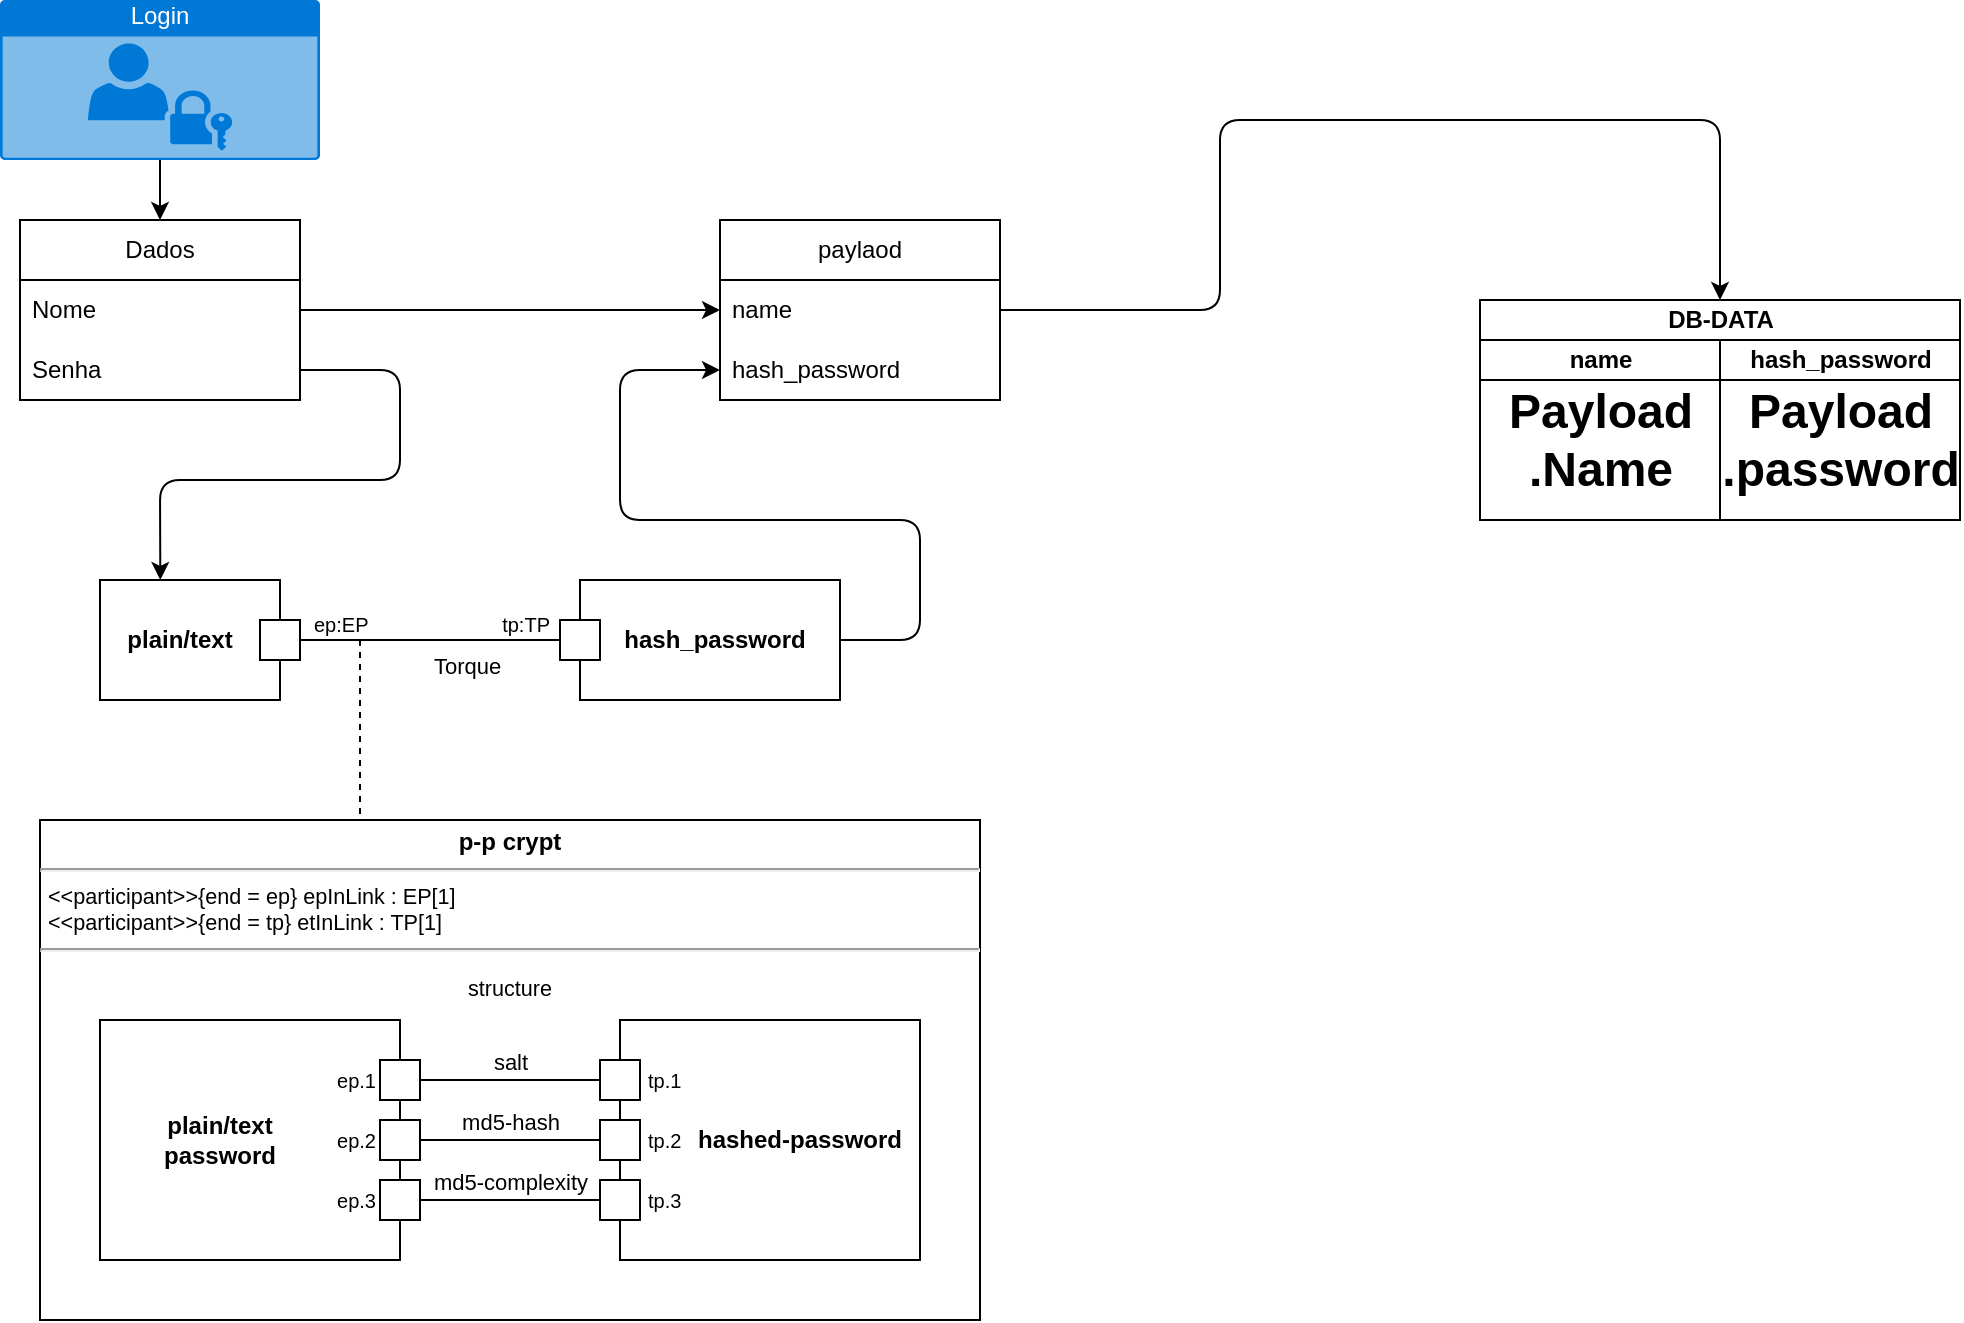
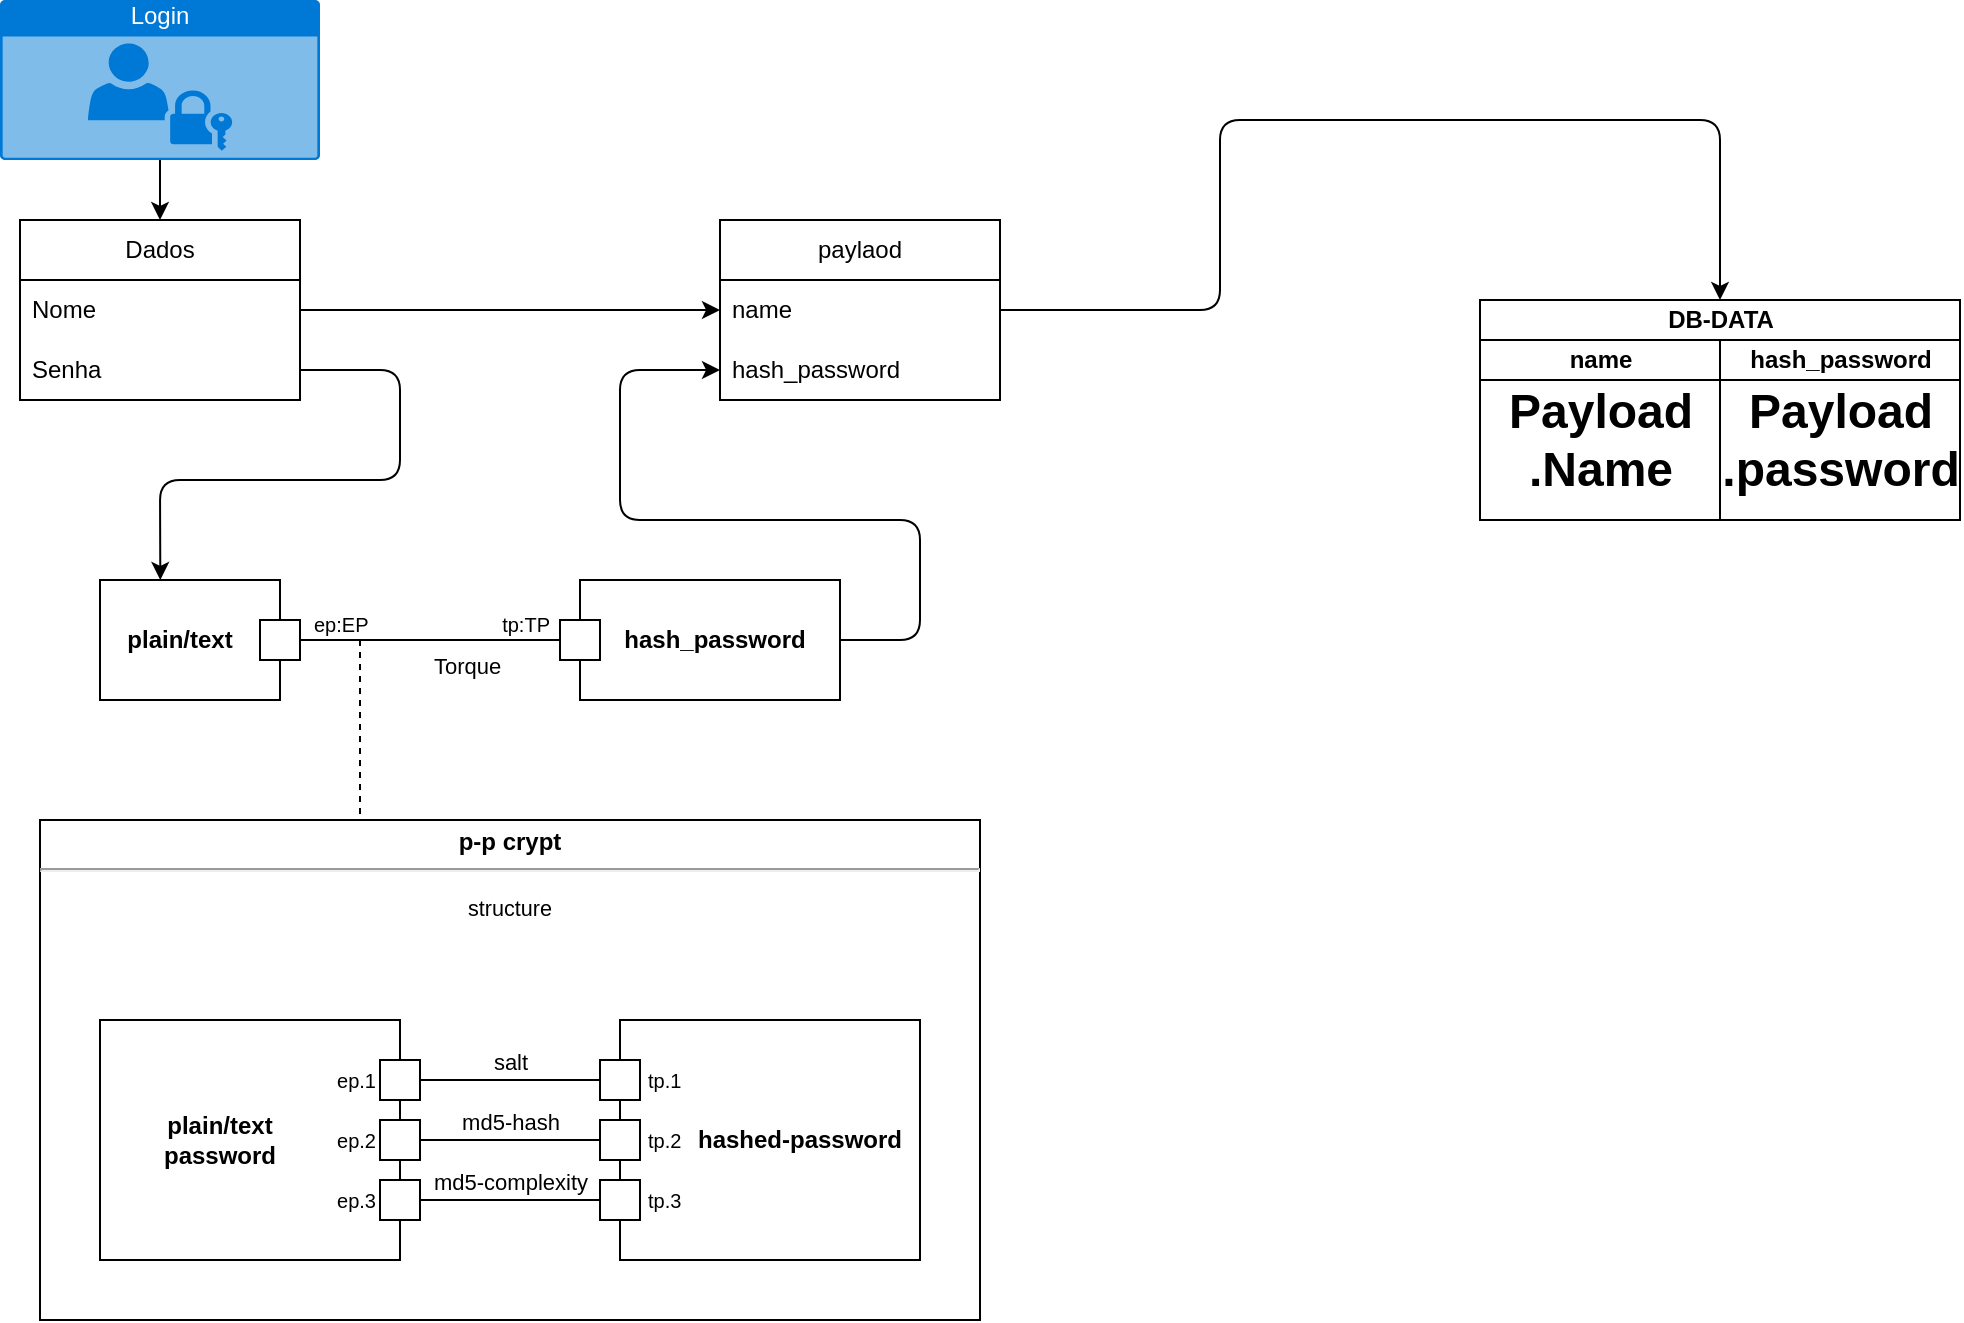
<mxfile host="65bd71144e">
    <diagram id="TbScRsnLUCZyodrS2emH" name="Page-1">
-         <mxGraphModel dx="1134" dy="832" grid="1" gridSize="10" guides="1" tooltips="1" connect="1" arrows="1" fold="1" page="1" pageScale="1" pageWidth="850" pageHeight="1100" math="0" shadow="0">
+         <mxGraphModel dx="1434" dy="832" grid="1" gridSize="10" guides="1" tooltips="1" connect="1" arrows="1" fold="1" page="1" pageScale="1" pageWidth="850" pageHeight="1100" math="0" shadow="0">
            <root>
                <mxCell id="0"/>
                <mxCell id="1" parent="0"/>
-                 <mxCell id="7" style="edgeStyle=none;html=1;" edge="1" parent="1" source="2" target="3">
+                 <mxCell id="7" style="edgeStyle=none;html=1;" parent="1" source="2" target="3" edge="1">
                    <mxGeometry relative="1" as="geometry"/>
                </mxCell>
-                 <mxCell id="2" value="Login" style="html=1;whiteSpace=wrap;strokeColor=none;fillColor=#0079D6;labelPosition=center;verticalLabelPosition=middle;verticalAlign=top;align=center;fontSize=12;outlineConnect=0;spacingTop=-6;fontColor=#FFFFFF;sketch=0;shape=mxgraph.sitemap.login;" vertex="1" parent="1">
+                 <mxCell id="2" value="Login" style="html=1;whiteSpace=wrap;strokeColor=none;fillColor=#0079D6;labelPosition=center;verticalLabelPosition=middle;verticalAlign=top;align=center;fontSize=12;outlineConnect=0;spacingTop=-6;fontColor=#FFFFFF;sketch=0;shape=mxgraph.sitemap.login;" parent="1" vertex="1">
                    <mxGeometry x="120" y="160" width="160" height="80" as="geometry"/>
                </mxCell>
-                 <mxCell id="3" value="Dados" style="swimlane;fontStyle=0;childLayout=stackLayout;horizontal=1;startSize=30;horizontalStack=0;resizeParent=1;resizeParentMax=0;resizeLast=0;collapsible=1;marginBottom=0;whiteSpace=wrap;html=1;" vertex="1" parent="1">
+                 <mxCell id="3" value="Dados" style="swimlane;fontStyle=0;childLayout=stackLayout;horizontal=1;startSize=30;horizontalStack=0;resizeParent=1;resizeParentMax=0;resizeLast=0;collapsible=1;marginBottom=0;whiteSpace=wrap;html=1;" parent="1" vertex="1">
                    <mxGeometry x="130" y="270" width="140" height="90" as="geometry"/>
                </mxCell>
-                 <mxCell id="4" value="Nome" style="text;strokeColor=none;fillColor=none;align=left;verticalAlign=middle;spacingLeft=4;spacingRight=4;overflow=hidden;points=[[0,0.5],[1,0.5]];portConstraint=eastwest;rotatable=0;whiteSpace=wrap;html=1;" vertex="1" parent="3">
+                 <mxCell id="4" value="Nome" style="text;strokeColor=none;fillColor=none;align=left;verticalAlign=middle;spacingLeft=4;spacingRight=4;overflow=hidden;points=[[0,0.5],[1,0.5]];portConstraint=eastwest;rotatable=0;whiteSpace=wrap;html=1;" parent="3" vertex="1">
                    <mxGeometry y="30" width="140" height="30" as="geometry"/>
                </mxCell>
-                 <mxCell id="5" value="Senha" style="text;strokeColor=none;fillColor=none;align=left;verticalAlign=middle;spacingLeft=4;spacingRight=4;overflow=hidden;points=[[0,0.5],[1,0.5]];portConstraint=eastwest;rotatable=0;whiteSpace=wrap;html=1;" vertex="1" parent="3">
+                 <mxCell id="5" value="Senha" style="text;strokeColor=none;fillColor=none;align=left;verticalAlign=middle;spacingLeft=4;spacingRight=4;overflow=hidden;points=[[0,0.5],[1,0.5]];portConstraint=eastwest;rotatable=0;whiteSpace=wrap;html=1;" parent="3" vertex="1">
                    <mxGeometry y="60" width="140" height="30" as="geometry"/>
                </mxCell>
-                 <mxCell id="18" value="DB-DATA" style="swimlane;childLayout=stackLayout;resizeParent=1;resizeParentMax=0;startSize=20;html=1;" vertex="1" parent="1">
+                 <mxCell id="18" value="DB-DATA" style="swimlane;childLayout=stackLayout;resizeParent=1;resizeParentMax=0;startSize=20;html=1;" parent="1" vertex="1">
                    <mxGeometry x="860.0000000000005" y="310" width="240" height="110" as="geometry"/>
                </mxCell>
-                 <mxCell id="20" value="name" style="swimlane;startSize=20;html=1;" vertex="1" parent="18">
+                 <mxCell id="20" value="name" style="swimlane;startSize=20;html=1;" parent="18" vertex="1">
                    <mxGeometry y="20" width="120" height="90" as="geometry"/>
                </mxCell>
-                 <mxCell id="60" value="Payload&lt;br&gt;.Name" style="text;strokeColor=none;fillColor=none;html=1;fontSize=24;fontStyle=1;verticalAlign=middle;align=center;" vertex="1" parent="20">
+                 <mxCell id="60" value="Payload&lt;br&gt;.Name" style="text;strokeColor=none;fillColor=none;html=1;fontSize=24;fontStyle=1;verticalAlign=middle;align=center;" parent="20" vertex="1">
                    <mxGeometry x="9.999999999999545" y="30" width="100" height="40" as="geometry"/>
                </mxCell>
-                 <mxCell id="21" value="hash_password" style="swimlane;startSize=20;html=1;" vertex="1" parent="18">
+                 <mxCell id="21" value="hash_password" style="swimlane;startSize=20;html=1;" parent="18" vertex="1">
                    <mxGeometry x="120" y="20" width="120" height="90" as="geometry"/>
                </mxCell>
-                 <mxCell id="61" value="Payload&lt;br&gt;.password" style="text;strokeColor=none;fillColor=none;html=1;fontSize=24;fontStyle=1;verticalAlign=middle;align=center;" vertex="1" parent="21">
+                 <mxCell id="61" value="Payload&lt;br&gt;.password" style="text;strokeColor=none;fillColor=none;html=1;fontSize=24;fontStyle=1;verticalAlign=middle;align=center;" parent="21" vertex="1">
                    <mxGeometry x="9.999999999999545" y="30" width="100" height="40" as="geometry"/>
                </mxCell>
-                 <mxCell id="30" style="edgeStyle=none;html=1;exitX=1;exitY=0.5;exitDx=0;exitDy=0;" edge="1" parent="1" source="5">
+                 <mxCell id="30" style="edgeStyle=none;html=1;exitX=1;exitY=0.5;exitDx=0;exitDy=0;" parent="1" source="5" edge="1">
                    <mxGeometry relative="1" as="geometry">
                        <mxPoint x="270" y="345" as="sourcePoint"/>
                        <mxPoint x="200.15625" y="450" as="targetPoint"/>
                        <Array as="points">
                            <mxPoint x="320" y="345"/>
                            <mxPoint x="320" y="400"/>
                            <mxPoint x="200" y="400"/>
                        </Array>
                    </mxGeometry>
                </mxCell>
-                 <mxCell id="38" style="edgeStyle=none;html=1;entryX=0.5;entryY=0;entryDx=0;entryDy=0;" edge="1" parent="1" source="32" target="18">
+                 <mxCell id="38" style="edgeStyle=none;html=1;entryX=0.5;entryY=0;entryDx=0;entryDy=0;" parent="1" source="32" target="18" edge="1">
                    <mxGeometry relative="1" as="geometry">
                        <Array as="points">
                            <mxPoint x="730" y="315"/>
                            <mxPoint x="730" y="220"/>
                            <mxPoint x="980" y="220"/>
                        </Array>
                    </mxGeometry>
                </mxCell>
-                 <mxCell id="32" value="paylaod" style="swimlane;fontStyle=0;childLayout=stackLayout;horizontal=1;startSize=30;horizontalStack=0;resizeParent=1;resizeParentMax=0;resizeLast=0;collapsible=1;marginBottom=0;whiteSpace=wrap;html=1;" vertex="1" parent="1">
+                 <mxCell id="32" value="paylaod" style="swimlane;fontStyle=0;childLayout=stackLayout;horizontal=1;startSize=30;horizontalStack=0;resizeParent=1;resizeParentMax=0;resizeLast=0;collapsible=1;marginBottom=0;whiteSpace=wrap;html=1;" parent="1" vertex="1">
                    <mxGeometry x="480" y="270" width="140" height="90" as="geometry"/>
                </mxCell>
-                 <mxCell id="33" value="name" style="text;strokeColor=none;fillColor=none;align=left;verticalAlign=middle;spacingLeft=4;spacingRight=4;overflow=hidden;points=[[0,0.5],[1,0.5]];portConstraint=eastwest;rotatable=0;whiteSpace=wrap;html=1;" vertex="1" parent="32">
+                 <mxCell id="33" value="name" style="text;strokeColor=none;fillColor=none;align=left;verticalAlign=middle;spacingLeft=4;spacingRight=4;overflow=hidden;points=[[0,0.5],[1,0.5]];portConstraint=eastwest;rotatable=0;whiteSpace=wrap;html=1;" parent="32" vertex="1">
                    <mxGeometry y="30" width="140" height="30" as="geometry"/>
                </mxCell>
-                 <mxCell id="34" value="hash_password" style="text;strokeColor=none;fillColor=none;align=left;verticalAlign=middle;spacingLeft=4;spacingRight=4;overflow=hidden;points=[[0,0.5],[1,0.5]];portConstraint=eastwest;rotatable=0;whiteSpace=wrap;html=1;" vertex="1" parent="32">
+                 <mxCell id="34" value="hash_password" style="text;strokeColor=none;fillColor=none;align=left;verticalAlign=middle;spacingLeft=4;spacingRight=4;overflow=hidden;points=[[0,0.5],[1,0.5]];portConstraint=eastwest;rotatable=0;whiteSpace=wrap;html=1;" parent="32" vertex="1">
                    <mxGeometry y="60" width="140" height="30" as="geometry"/>
                </mxCell>
-                 <mxCell id="36" style="edgeStyle=none;html=1;entryX=0;entryY=0.5;entryDx=0;entryDy=0;" edge="1" parent="1" source="4" target="33">
+                 <mxCell id="36" style="edgeStyle=none;html=1;entryX=0;entryY=0.5;entryDx=0;entryDy=0;" parent="1" source="4" target="33" edge="1">
                    <mxGeometry relative="1" as="geometry"/>
                </mxCell>
-                 <mxCell id="40" value="plain/text" style="html=1;shape=mxgraph.sysml.itemFlow;fontStyle=1;flowDir=e;flowType=none;spacingRight=20;whiteSpace=wrap;align=center;" vertex="1" parent="1">
+                 <mxCell id="40" value="plain/text" style="html=1;shape=mxgraph.sysml.itemFlow;fontStyle=1;flowDir=e;flowType=none;spacingRight=20;whiteSpace=wrap;align=center;" parent="1" vertex="1">
                    <mxGeometry x="170" y="450" width="100" height="60" as="geometry"/>
                </mxCell>
-                 <mxCell id="58" style="edgeStyle=none;html=1;entryX=0;entryY=0.5;entryDx=0;entryDy=0;" edge="1" parent="1" source="41" target="34">
+                 <mxCell id="58" style="edgeStyle=none;html=1;entryX=0;entryY=0.5;entryDx=0;entryDy=0;" parent="1" source="41" target="34" edge="1">
                    <mxGeometry relative="1" as="geometry">
                        <Array as="points">
                            <mxPoint x="580" y="480"/>
                            <mxPoint x="580" y="420"/>
                            <mxPoint x="480" y="420"/>
                            <mxPoint x="430" y="420"/>
                            <mxPoint x="430" y="345"/>
                        </Array>
                    </mxGeometry>
                </mxCell>
-                 <mxCell id="41" value="hash_password" style="html=1;shape=mxgraph.sysml.itemFlow;fontStyle=1;flowDir=w;flowType=none;spacingLeft=15;whiteSpace=wrap;align=center;" vertex="1" parent="1">
+                 <mxCell id="41" value="hash_password" style="html=1;shape=mxgraph.sysml.itemFlow;fontStyle=1;flowDir=w;flowType=none;spacingLeft=15;whiteSpace=wrap;align=center;" parent="1" vertex="1">
                    <mxGeometry x="400" y="450" width="140" height="60" as="geometry"/>
                </mxCell>
-                 <mxCell id="42" value="Torque" style="edgeStyle=none;html=1;align=left;verticalAlign=top;endArrow=none;exitX=1;exitY=0.5;entryX=0;entryY=0.5;" edge="1" source="40" target="41" parent="1">
+                 <mxCell id="42" value="Torque" style="edgeStyle=none;html=1;align=left;verticalAlign=top;endArrow=none;exitX=1;exitY=0.5;entryX=0;entryY=0.5;" parent="1" source="40" target="41" edge="1">
                    <mxGeometry relative="1" as="geometry"/>
                </mxCell>
-                 <mxCell id="43" value="ep:EP" style="resizable=0;html=1;align=left;spacingLeft=5;verticalAlign=bottom;labelPosition=left;verticalLabelPosition=bottom;labelBackgroundColor=none;fontSize=10" connectable="0" vertex="1" parent="42">
+                 <mxCell id="43" value="ep:EP" style="resizable=0;html=1;align=left;spacingLeft=5;verticalAlign=bottom;labelPosition=left;verticalLabelPosition=bottom;labelBackgroundColor=none;fontSize=10" parent="42" connectable="0" vertex="1">
                    <mxGeometry x="-1" relative="1" as="geometry"/>
                </mxCell>
-                 <mxCell id="44" value="tp:TP" style="resizable=0;html=1;align=right;spacingRight=5;verticalAlign=bottom;labelPosition=left;verticalLabelPosition=bottom;labelBackgroundColor=none;fontSize=10" connectable="0" vertex="1" parent="42">
+                 <mxCell id="44" value="tp:TP" style="resizable=0;html=1;align=right;spacingRight=5;verticalAlign=bottom;labelPosition=left;verticalLabelPosition=bottom;labelBackgroundColor=none;fontSize=10" parent="42" connectable="0" vertex="1">
                    <mxGeometry x="1" relative="1" as="geometry"/>
                </mxCell>
-                 <mxCell id="45" value="&lt;p style=&quot;margin:0px;margin-top:4px;text-align:center;&quot;&gt;&lt;b&gt;p-p crypt&lt;/b&gt;&lt;/p&gt;&lt;hr&gt;&lt;p style=&quot;margin:0px;margin-left:4px;text-align:left;font-size:0.9em;&quot;&gt;&amp;lt;&amp;lt;participant&amp;gt;&amp;gt;{end = ep} epInLink : EP[1]&lt;br&gt;&amp;lt;&amp;lt;participant&amp;gt;&amp;gt;{end = tp} etInLink : TP[1]&lt;/p&gt;&lt;hr&gt;&lt;p&gt;&lt;/p&gt;&lt;p style=&quot;margin:0px;text-align:center;font-size:0.9em;&quot;&gt;structure&lt;/p&gt;" style="shape=rect;html=1;overflow=fill;whiteSpace=wrap;recursiveResize=0;" vertex="1" parent="1">
+                 <mxCell id="45" value="&lt;p style=&quot;margin:0px;margin-top:4px;text-align:center;&quot;&gt;&lt;b&gt;p-p crypt&lt;/b&gt;&lt;/p&gt;&lt;hr&gt;&lt;p style=&quot;margin:0px;margin-left:4px;text-align:left;font-size:0.9em;&quot;&gt;&lt;/p&gt;&lt;p&gt;&lt;/p&gt;&lt;p style=&quot;margin:0px;text-align:center;font-size:0.9em;&quot;&gt;structure&lt;/p&gt;" style="shape=rect;html=1;overflow=fill;whiteSpace=wrap;recursiveResize=0;" parent="1" vertex="1">
                    <mxGeometry x="140" y="570" width="470" height="250" as="geometry"/>
                </mxCell>
-                 <mxCell id="46" value="plain/text&lt;br&gt;password" style="strokeColor=inherit;fillColor=inherit;gradientColor=inherit;html=1;shape=mxgraph.sysml.itemFlowRight;fontStyle=1;spacingRight=40;whiteSpace=wrap;align=center;" vertex="1" parent="45">
+                 <mxCell id="46" value="plain/text&lt;br&gt;password" style="strokeColor=inherit;fillColor=inherit;gradientColor=inherit;html=1;shape=mxgraph.sysml.itemFlowRight;fontStyle=1;spacingRight=40;whiteSpace=wrap;align=center;" parent="45" vertex="1">
                    <mxGeometry x="30" y="100" width="160" height="120" as="geometry"/>
                </mxCell>
-                 <mxCell id="47" value="ep.1" style="resizable=0;html=1;align=right;spacingRight=22;verticalAlign=middle;labelPosition=right;verticalLabelPosition=top;labelBackgroundColor=none;fontSize=10" connectable="0" vertex="1" parent="46">
+                 <mxCell id="47" value="ep.1" style="resizable=0;html=1;align=right;spacingRight=22;verticalAlign=middle;labelPosition=right;verticalLabelPosition=top;labelBackgroundColor=none;fontSize=10" parent="46" connectable="0" vertex="1">
                    <mxGeometry x="160" y="30" as="geometry"/>
                </mxCell>
-                 <mxCell id="48" value="ep.2" style="resizable=0;html=1;align=right;spacingRight=22;verticalAlign=middle;labelPosition=right;verticalLabelPosition=top;labelBackgroundColor=none;fontSize=10" connectable="0" vertex="1" parent="46">
+                 <mxCell id="48" value="ep.2" style="resizable=0;html=1;align=right;spacingRight=22;verticalAlign=middle;labelPosition=right;verticalLabelPosition=top;labelBackgroundColor=none;fontSize=10" parent="46" connectable="0" vertex="1">
                    <mxGeometry x="160" y="60" as="geometry"/>
                </mxCell>
-                 <mxCell id="49" value="ep.3" style="resizable=0;html=1;align=right;spacingRight=22;verticalAlign=middle;labelPosition=right;verticalLabelPosition=top;labelBackgroundColor=none;fontSize=10" connectable="0" vertex="1" parent="46">
+                 <mxCell id="49" value="ep.3" style="resizable=0;html=1;align=right;spacingRight=22;verticalAlign=middle;labelPosition=right;verticalLabelPosition=top;labelBackgroundColor=none;fontSize=10" parent="46" connectable="0" vertex="1">
                    <mxGeometry x="160" y="90" as="geometry"/>
                </mxCell>
-                 <mxCell id="50" value="hashed-password" style="strokeColor=inherit;fillColor=inherit;gradientColor=inherit;html=1;shape=mxgraph.sysml.itemFlowLeft;fontStyle=1;spacingLeft=40;whiteSpace=wrap;align=center;" vertex="1" parent="45">
+                 <mxCell id="50" value="hashed-password" style="strokeColor=inherit;fillColor=inherit;gradientColor=inherit;html=1;shape=mxgraph.sysml.itemFlowLeft;fontStyle=1;spacingLeft=40;whiteSpace=wrap;align=center;" parent="45" vertex="1">
                    <mxGeometry x="280" y="100" width="160" height="120" as="geometry"/>
                </mxCell>
-                 <mxCell id="51" value="tp.1" style="resizable=0;html=1;align=left;spacingLeft=22;verticalAlign=middle;labelPosition=left;verticalLabelPosition=top;labelBackgroundColor=none;fontSize=10" connectable="0" vertex="1" parent="50">
+                 <mxCell id="51" value="tp.1" style="resizable=0;html=1;align=left;spacingLeft=22;verticalAlign=middle;labelPosition=left;verticalLabelPosition=top;labelBackgroundColor=none;fontSize=10" parent="50" connectable="0" vertex="1">
                    <mxGeometry y="30" as="geometry"/>
                </mxCell>
-                 <mxCell id="52" value="tp.2" style="resizable=0;html=1;align=left;spacingLeft=22;verticalAlign=middle;labelPosition=left;verticalLabelPosition=top;labelBackgroundColor=none;fontSize=10" connectable="0" vertex="1" parent="50">
+                 <mxCell id="52" value="tp.2" style="resizable=0;html=1;align=left;spacingLeft=22;verticalAlign=middle;labelPosition=left;verticalLabelPosition=top;labelBackgroundColor=none;fontSize=10" parent="50" connectable="0" vertex="1">
                    <mxGeometry y="60" as="geometry"/>
                </mxCell>
-                 <mxCell id="53" value="tp.3" style="resizable=0;html=1;align=left;spacingLeft=22;verticalAlign=middle;labelPosition=left;verticalLabelPosition=top;labelBackgroundColor=none;fontSize=10" connectable="0" vertex="1" parent="50">
+                 <mxCell id="53" value="tp.3" style="resizable=0;html=1;align=left;spacingLeft=22;verticalAlign=middle;labelPosition=left;verticalLabelPosition=top;labelBackgroundColor=none;fontSize=10" parent="50" connectable="0" vertex="1">
                    <mxGeometry y="90" as="geometry"/>
                </mxCell>
-                 <mxCell id="54" value="salt" style="strokeColor=inherit;fillColor=inherit;gradientColor=inherit;edgeStyle=none;html=1;verticalAlign=bottom;endArrow=none;exitX=1;exitY=0.25;entryX=0;entryY=0.25;labelBackgroundColor=none;" edge="1" parent="45" source="46" target="50">
+                 <mxCell id="54" value="salt" style="strokeColor=inherit;fillColor=inherit;gradientColor=inherit;edgeStyle=none;html=1;verticalAlign=bottom;endArrow=none;exitX=1;exitY=0.25;entryX=0;entryY=0.25;labelBackgroundColor=none;" parent="45" source="46" target="50" edge="1">
                    <mxGeometry relative="1" as="geometry"/>
                </mxCell>
-                 <mxCell id="55" value="md5-hash" style="strokeColor=inherit;fillColor=inherit;gradientColor=inherit;edgeStyle=none;html=1;verticalAlign=bottom;endArrow=none;exitX=1;exitY=0.5;entryX=0;entryY=0.5;labelBackgroundColor=none;" edge="1" parent="45" source="46" target="50">
+                 <mxCell id="55" value="md5-hash" style="strokeColor=inherit;fillColor=inherit;gradientColor=inherit;edgeStyle=none;html=1;verticalAlign=bottom;endArrow=none;exitX=1;exitY=0.5;entryX=0;entryY=0.5;labelBackgroundColor=none;" parent="45" source="46" target="50" edge="1">
                    <mxGeometry relative="1" as="geometry"/>
                </mxCell>
-                 <mxCell id="56" value="md5-complexity" style="strokeColor=inherit;fillColor=inherit;gradientColor=inherit;edgeStyle=none;html=1;verticalAlign=bottom;endArrow=none;exitX=1;exitY=0.75;entryX=0;entryY=0.75;labelBackgroundColor=none;" edge="1" parent="45" source="46" target="50">
+                 <mxCell id="56" value="md5-complexity" style="strokeColor=inherit;fillColor=inherit;gradientColor=inherit;edgeStyle=none;html=1;verticalAlign=bottom;endArrow=none;exitX=1;exitY=0.75;entryX=0;entryY=0.75;labelBackgroundColor=none;" parent="45" source="46" target="50" edge="1">
                    <mxGeometry relative="1" as="geometry"/>
                </mxCell>
-                 <mxCell id="57" value="" style="endArrow=none;html=1;edgeStyle=elbowEdgeStyle;elbow=horizontal;dashed=1;" edge="1" target="45" parent="1">
+                 <mxCell id="57" value="" style="endArrow=none;html=1;edgeStyle=elbowEdgeStyle;elbow=horizontal;dashed=1;" parent="1" target="45" edge="1">
                    <mxGeometry relative="1" as="geometry">
                        <mxPoint x="300" y="480" as="sourcePoint"/>
                    </mxGeometry>
                </mxCell>
            </root>
        </mxGraphModel>
    </diagram>
</mxfile>